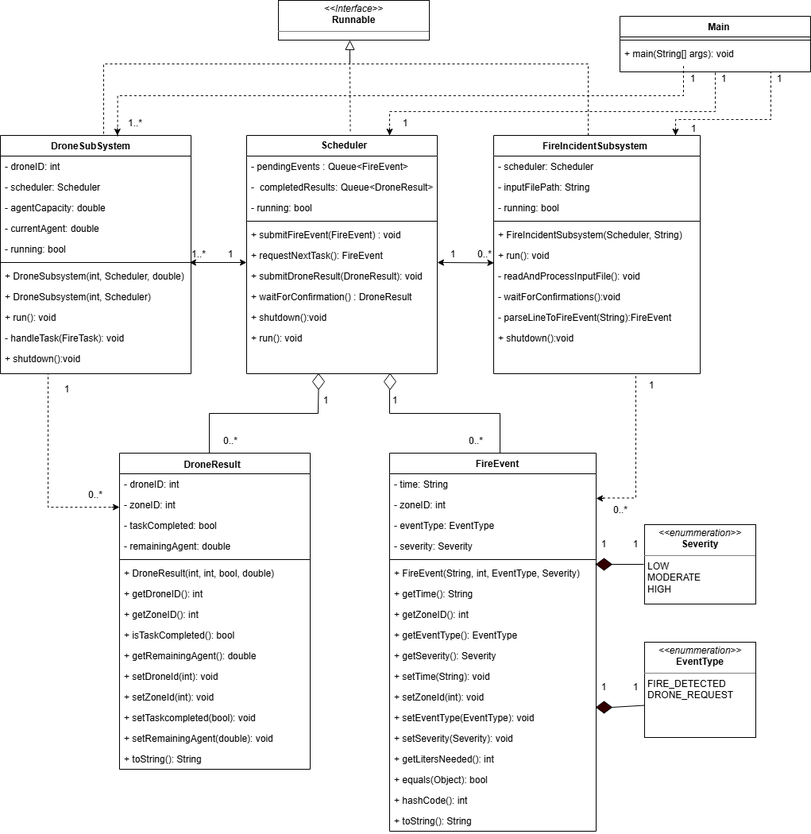
Above: FDS_UMLClass.png in idaraabasiudoh/Firefighting-Drone-Swarm-SYSC3303 (draw.io), before the change. Source tidied: cells renumbered, new cells last; positions are measured from the earlier drawing's top-left corner, leaving out a move shared by most shapes.
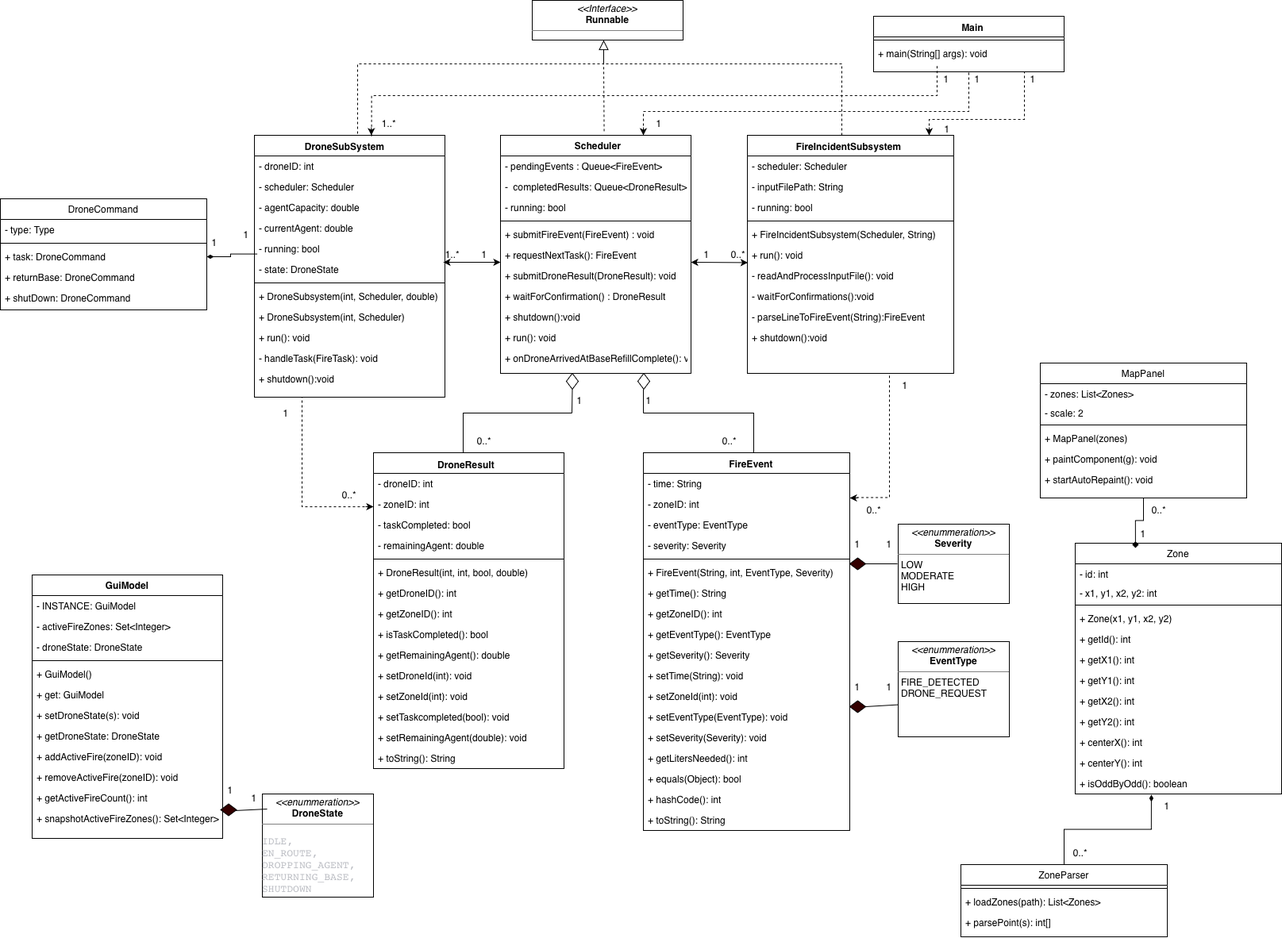
The same file after the commit.

Commit message:
Update UML diagrams for Iteration 2

What changed in the source:
```diff
@@ -51,7 +51,7 @@
       <mxGeometry y="372" width="240" height="26" as="geometry" />
     </mxCell>
     <mxCell id="18" style="swimlane;fontStyle=2;align=center;verticalAlign=top;horizontal=1;startSize=26;rounded=0;shadow=0;strokeWidth=1;" parent="1" vertex="1">
-      <mxGeometry y="170" width="240" height="300" as="geometry" />
+      <mxGeometry y="170" width="240" height="330" as="geometry" />
     </mxCell>
     <mxCell id="19" value="- droneID: int" style="text;align=left;verticalAlign=top;spacingLeft=4;spacingRight=4;overflow=hidden;" parent="18" vertex="1">
       <mxGeometry y="26" width="240" height="26" as="geometry" />
@@ -68,23 +68,26 @@
     <mxCell id="23" value="- running: bool" style="text;align=left;verticalAlign=top;spacingLeft=4;spacingRight=4;overflow=hidden;points=[[0,0.5],[1,0.5]];portConstraint=eastwest;rounded=0;shadow=0;html=0;" parent="18" vertex="1">
       <mxGeometry y="130" width="240" height="26" as="geometry" />
     </mxCell>
+    <mxCell id="136" value="- state: DroneState" style="text;align=left;verticalAlign=top;spacingLeft=4;spacingRight=4;overflow=hidden;rounded=0;shadow=0;html=0;" parent="18" vertex="1">
+      <mxGeometry y="156" width="240" height="26" as="geometry" />
+    </mxCell>
     <mxCell id="24" style="line;html=1;strokeWidth=1;align=left;verticalAlign=middle;spacingTop=-1;spacingLeft=3;spacingRight=3;labelPosition=right;" parent="18" vertex="1">
-      <mxGeometry y="156" width="240" height="8" as="geometry" />
+      <mxGeometry y="182" width="240" height="8" as="geometry" />
     </mxCell>
     <mxCell id="25" value="+ DroneSubsystem(int, Scheduler, double)" style="text;align=left;verticalAlign=top;spacingLeft=4;spacingRight=4;overflow=hidden;" parent="18" vertex="1">
-      <mxGeometry y="164" width="240" height="26" as="geometry" />
+      <mxGeometry y="190" width="240" height="26" as="geometry" />
     </mxCell>
     <mxCell id="26" value="+ DroneSubsystem(int, Scheduler) " style="text;align=left;verticalAlign=top;spacingLeft=4;spacingRight=4;overflow=hidden;" parent="18" vertex="1">
-      <mxGeometry y="190" width="240" height="26" as="geometry" />
+      <mxGeometry y="216" width="240" height="26" as="geometry" />
     </mxCell>
     <mxCell id="27" value="+ run(): void" style="text;align=left;verticalAlign=top;spacingLeft=4;spacingRight=4;overflow=hidden;" parent="18" vertex="1">
-      <mxGeometry y="216" width="240" height="26" as="geometry" />
+      <mxGeometry y="242" width="240" height="26" as="geometry" />
     </mxCell>
     <mxCell id="28" value="- handleTask(FireTask): void" style="text;align=left;verticalAlign=top;spacingLeft=4;spacingRight=4;overflow=hidden;" parent="18" vertex="1">
-      <mxGeometry y="242" width="240" height="26" as="geometry" />
+      <mxGeometry y="268" width="240" height="26" as="geometry" />
     </mxCell>
     <mxCell id="29" value="+ shutdown():void" style="text;align=left;verticalAlign=top;spacingLeft=4;spacingRight=4;overflow=hidden;" parent="18" vertex="1">
-      <mxGeometry y="268" width="240" height="26" as="geometry" />
+      <mxGeometry y="294" width="240" height="32" as="geometry" />
     </mxCell>
     <mxCell id="30" style="swimlane;fontStyle=2;align=center;verticalAlign=top;horizontal=1;startSize=26;rounded=0;shadow=0;strokeWidth=1;" parent="1" vertex="1">
       <mxGeometry x="490" y="570" width="260" height="476" as="geometry" />
@@ -230,6 +233,9 @@
         <mxPoint x="180" as="targetPoint" />
       </mxGeometry>
     </mxCell>
+    <mxCell id="137" value="+ onDroneArrivedAtBaseRefillComplete(): void" style="text;align=left;verticalAlign=top;spacingLeft=4;spacingRight=4;overflow=hidden;" parent="65" vertex="1">
+      <mxGeometry y="268" width="240" height="26" as="geometry" />
+    </mxCell>
     <mxCell id="77" value="&lt;p style=&quot;margin:0px;margin-top:4px;text-align:center;&quot;&gt;&lt;i&gt;&amp;lt;&amp;lt;Interface&amp;gt;&amp;gt;&lt;/i&gt;&lt;br&gt;&lt;b&gt;Runnable&lt;/b&gt;&lt;/p&gt;&lt;hr size=&quot;1&quot; style=&quot;border-style:solid;&quot;&gt;&lt;p style=&quot;margin:0px;margin-left:4px;&quot;&gt;&lt;br&gt;&lt;/p&gt;" style="verticalAlign=top;align=left;overflow=fill;html=1;whiteSpace=wrap;" parent="1" vertex="1">
       <mxGeometry x="350" width="190" height="50" as="geometry" />
     </mxCell>
@@ -374,7 +380,7 @@
       </mxGeometry>
     </mxCell>
     <mxCell id="107" value="1" style="text;html=1;whiteSpace=wrap;strokeColor=none;fillColor=none;align=center;verticalAlign=middle;rounded=0;" parent="1" vertex="1">
-      <mxGeometry x="54" y="475" width="60" height="30" as="geometry" />
+      <mxGeometry x="10" y="505" width="60" height="30" as="geometry" />
     </mxCell>
     <mxCell id="108" value="1" style="text;html=1;whiteSpace=wrap;strokeColor=none;fillColor=none;align=center;verticalAlign=middle;rounded=0;" parent="1" vertex="1">
       <mxGeometry x="790" y="470" width="60" height="30" as="geometry" />
@@ -484,5 +490,179 @@
     <mxCell id="135" value="&lt;span style=&quot;text-wrap-mode: nowrap;&quot;&gt;&lt;b&gt;FireEvent&lt;/b&gt;&lt;/span&gt;" style="text;html=1;whiteSpace=wrap;strokeColor=none;fillColor=none;align=center;verticalAlign=middle;rounded=0;" parent="1" vertex="1">
       <mxGeometry x="596" y="569" width="60" height="30" as="geometry" />
     </mxCell>
+    <mxCell id="138" value="DroneCommand" style="swimlane;fontStyle=0;align=center;verticalAlign=top;horizontal=1;startSize=26;rounded=0;shadow=0;strokeWidth=1;" parent="1" vertex="1">
+      <mxGeometry x="-320" y="250" width="260" height="140" as="geometry" />
+    </mxCell>
+    <mxCell id="139" value="- type: Type" style="text;align=left;verticalAlign=top;spacingLeft=4;spacingRight=4;overflow=hidden;" parent="138" vertex="1">
+      <mxGeometry y="26" width="260" height="26" as="geometry" />
+    </mxCell>
+    <mxCell id="140" style="line;html=1;strokeWidth=1;align=left;verticalAlign=middle;spacingTop=-1;spacingLeft=3;spacingRight=3;labelPosition=right;" parent="138" vertex="1">
+      <mxGeometry y="52" width="260" height="8" as="geometry" />
+    </mxCell>
+    <mxCell id="141" value="+ task: DroneCommand" style="text;align=left;verticalAlign=top;spacingLeft=4;spacingRight=4;overflow=hidden;points=[[0,0.5],[1,0.5]];portConstraint=eastwest;" parent="138" vertex="1">
+      <mxGeometry y="60" width="260" height="26" as="geometry" />
+    </mxCell>
+    <mxCell id="142" value="+ returnBase: DroneCommand" style="text;align=left;verticalAlign=top;spacingLeft=4;spacingRight=4;overflow=hidden;" parent="138" vertex="1">
+      <mxGeometry y="86" width="260" height="26" as="geometry" />
+    </mxCell>
+    <mxCell id="143" value="+ shutDown: DroneCommand" style="text;align=left;verticalAlign=top;spacingLeft=4;spacingRight=4;overflow=hidden;" parent="138" vertex="1">
+      <mxGeometry y="112" width="260" height="26" as="geometry" />
+    </mxCell>
+    <mxCell id="144" value="&lt;p style=&quot;margin:0px;margin-top:4px;text-align:center;&quot;&gt;&lt;i&gt;&amp;lt;&amp;lt;enummeration&amp;gt;&amp;gt;&lt;/i&gt;&lt;br&gt;&lt;b&gt;DroneState&lt;/b&gt;&lt;/p&gt;&lt;hr size=&quot;1&quot; style=&quot;border-style:solid;&quot;&gt;&lt;div&gt;&lt;pre style=&quot;font-family: &amp;quot;JetBrains Mono&amp;quot;, monospace; font-size: 9.8pt;&quot;&gt;&lt;span style=&quot;color: light-dark(rgb(188, 190, 196), rgb(255, 255, 255));&quot;&gt;&lt;span&gt;IDLE&lt;/span&gt;,&lt;br&gt;&lt;span&gt;EN_ROUTE&lt;/span&gt;,&lt;br&gt;&lt;span&gt;DROPPING_AGENT&lt;/span&gt;,&lt;br&gt;&lt;span&gt;RETURNING_BASE&lt;/span&gt;,&lt;br&gt;&lt;span&gt;SHUTDOWN&lt;/span&gt;&lt;/span&gt;&lt;/pre&gt;&lt;/div&gt;" style="verticalAlign=top;align=left;overflow=fill;html=1;whiteSpace=wrap;" parent="1" vertex="1">
+      <mxGeometry x="10" y="1000" width="140" height="130" as="geometry" />
+    </mxCell>
+    <mxCell id="145" value="GuiModel" style="swimlane;fontStyle=1;align=center;verticalAlign=top;horizontal=1;startSize=26;rounded=0;shadow=0;strokeWidth=1;" parent="1" vertex="1">
+      <mxGeometry x="-280" y="724" width="240" height="332" as="geometry" />
+    </mxCell>
+    <mxCell id="146" value="- INSTANCE: GuiModel" style="text;align=left;verticalAlign=top;spacingLeft=4;spacingRight=4;overflow=hidden;" parent="145" vertex="1">
+      <mxGeometry y="26" width="240" height="26" as="geometry" />
+    </mxCell>
+    <mxCell id="147" value="- activeFireZones: Set&lt;Integer&gt;" style="text;align=left;verticalAlign=top;spacingLeft=4;spacingRight=4;overflow=hidden;rounded=0;shadow=0;html=0;" parent="145" vertex="1">
+      <mxGeometry y="52" width="240" height="26" as="geometry" />
+    </mxCell>
+    <mxCell id="148" value="- droneState: DroneState" style="text;align=left;verticalAlign=top;spacingLeft=4;spacingRight=4;overflow=hidden;rounded=0;shadow=0;html=0;" parent="145" vertex="1">
+      <mxGeometry y="78" width="240" height="26" as="geometry" />
+    </mxCell>
+    <mxCell id="149" style="line;html=1;strokeWidth=1;align=left;verticalAlign=middle;spacingTop=-1;spacingLeft=3;spacingRight=3;labelPosition=right;" parent="145" vertex="1">
+      <mxGeometry y="104" width="240" height="8" as="geometry" />
+    </mxCell>
+    <mxCell id="150" value="+ GuiModel()" style="text;align=left;verticalAlign=top;spacingLeft=4;spacingRight=4;overflow=hidden;" parent="145" vertex="1">
+      <mxGeometry y="112" width="240" height="26" as="geometry" />
+    </mxCell>
+    <mxCell id="151" value="+ get: GuiModel" style="text;align=left;verticalAlign=top;spacingLeft=4;spacingRight=4;overflow=hidden;" parent="145" vertex="1">
+      <mxGeometry y="138" width="240" height="26" as="geometry" />
+    </mxCell>
+    <mxCell id="152" value="+ setDroneState(s): void" style="text;align=left;verticalAlign=top;spacingLeft=4;spacingRight=4;overflow=hidden;" parent="145" vertex="1">
+      <mxGeometry y="164" width="240" height="26" as="geometry" />
+    </mxCell>
+    <mxCell id="153" value="+ getDroneState: DroneState" style="text;align=left;verticalAlign=top;spacingLeft=4;spacingRight=4;overflow=hidden;" parent="145" vertex="1">
+      <mxGeometry y="190" width="240" height="26" as="geometry" />
+    </mxCell>
+    <mxCell id="154" value="+ addActiveFire(zoneID): void" style="text;align=left;verticalAlign=top;spacingLeft=4;spacingRight=4;overflow=hidden;" parent="145" vertex="1">
+      <mxGeometry y="216" width="240" height="26" as="geometry" />
+    </mxCell>
+    <mxCell id="155" value="+ removeActiveFire(zoneID): void" style="text;align=left;verticalAlign=top;spacingLeft=4;spacingRight=4;overflow=hidden;" parent="145" vertex="1">
+      <mxGeometry y="242" width="240" height="26" as="geometry" />
+    </mxCell>
+    <mxCell id="156" value="+ getActiveFireCount(): int" style="text;align=left;verticalAlign=top;spacingLeft=4;spacingRight=4;overflow=hidden;" parent="145" vertex="1">
+      <mxGeometry y="268" width="240" height="26" as="geometry" />
+    </mxCell>
+    <mxCell id="157" value="+ snapshotActiveFireZones(): Set&lt;Integer&gt;" style="text;align=left;verticalAlign=top;spacingLeft=4;spacingRight=4;overflow=hidden;" parent="145" vertex="1">
+      <mxGeometry y="294" width="240" height="26" as="geometry" />
+    </mxCell>
+    <mxCell id="158" value="MapPanel" style="swimlane;fontStyle=0;align=center;verticalAlign=top;horizontal=1;startSize=26;rounded=0;shadow=0;strokeWidth=1;" parent="1" vertex="1">
+      <mxGeometry x="990" y="457" width="260" height="170" as="geometry" />
+    </mxCell>
+    <mxCell id="159" value="- zones: List&lt;Zones&gt;" style="text;align=left;verticalAlign=top;spacingLeft=4;spacingRight=4;overflow=hidden;" parent="158" vertex="1">
+      <mxGeometry y="26" width="260" height="24" as="geometry" />
+    </mxCell>
+    <mxCell id="160" value="- scale: 2" style="text;align=left;verticalAlign=top;spacingLeft=4;spacingRight=4;overflow=hidden;" parent="158" vertex="1">
+      <mxGeometry y="50" width="260" height="24" as="geometry" />
+    </mxCell>
+    <mxCell id="161" style="line;html=1;strokeWidth=1;align=left;verticalAlign=middle;spacingTop=-1;spacingLeft=3;spacingRight=3;labelPosition=right;" parent="158" vertex="1">
+      <mxGeometry y="74" width="260" height="8" as="geometry" />
+    </mxCell>
+    <mxCell id="162" value="+ MapPanel(zones)" style="text;align=left;verticalAlign=top;spacingLeft=4;spacingRight=4;overflow=hidden;" parent="158" vertex="1">
+      <mxGeometry y="82" width="260" height="26" as="geometry" />
+    </mxCell>
+    <mxCell id="163" value="+ paintComponent(g): void" style="text;align=left;verticalAlign=top;spacingLeft=4;spacingRight=4;overflow=hidden;" parent="158" vertex="1">
+      <mxGeometry y="108" width="260" height="26" as="geometry" />
+    </mxCell>
+    <mxCell id="164" value="+ startAutoRepaint(): void" style="text;align=left;verticalAlign=top;spacingLeft=4;spacingRight=4;overflow=hidden;" parent="158" vertex="1">
+      <mxGeometry y="134" width="260" height="26" as="geometry" />
+    </mxCell>
+    <mxCell id="165" value="Zone" style="swimlane;fontStyle=0;align=center;verticalAlign=top;horizontal=1;startSize=26;rounded=0;shadow=0;strokeWidth=1;" parent="1" vertex="1">
+      <mxGeometry x="1034" y="684" width="260" height="316" as="geometry" />
+    </mxCell>
+    <mxCell id="166" value="- id: int" style="text;align=left;verticalAlign=top;spacingLeft=4;spacingRight=4;overflow=hidden;" parent="165" vertex="1">
+      <mxGeometry y="26" width="260" height="24" as="geometry" />
+    </mxCell>
+    <mxCell id="167" value="- x1, y1, x2, y2: int" style="text;align=left;verticalAlign=top;spacingLeft=4;spacingRight=4;overflow=hidden;" parent="165" vertex="1">
+      <mxGeometry y="50" width="260" height="24" as="geometry" />
+    </mxCell>
+    <mxCell id="168" style="line;html=1;strokeWidth=1;align=left;verticalAlign=middle;spacingTop=-1;spacingLeft=3;spacingRight=3;labelPosition=right;" parent="165" vertex="1">
+      <mxGeometry y="74" width="260" height="8" as="geometry" />
+    </mxCell>
+    <mxCell id="169" value="+ Zone(x1, y1, x2, y2)" style="text;align=left;verticalAlign=top;spacingLeft=4;spacingRight=4;overflow=hidden;" parent="165" vertex="1">
+      <mxGeometry y="82" width="260" height="26" as="geometry" />
+    </mxCell>
+    <mxCell id="170" value="+ getId(): int" style="text;align=left;verticalAlign=top;spacingLeft=4;spacingRight=4;overflow=hidden;" parent="165" vertex="1">
+      <mxGeometry y="108" width="260" height="26" as="geometry" />
+    </mxCell>
+    <mxCell id="171" value="+ getX1(): int" style="text;align=left;verticalAlign=top;spacingLeft=4;spacingRight=4;overflow=hidden;" parent="165" vertex="1">
+      <mxGeometry y="134" width="260" height="26" as="geometry" />
+    </mxCell>
+    <mxCell id="172" value="+ getY1(): int" style="text;align=left;verticalAlign=top;spacingLeft=4;spacingRight=4;overflow=hidden;" parent="165" vertex="1">
+      <mxGeometry y="160" width="260" height="26" as="geometry" />
+    </mxCell>
+    <mxCell id="173" value="+ getX2(): int" style="text;align=left;verticalAlign=top;spacingLeft=4;spacingRight=4;overflow=hidden;" parent="165" vertex="1">
+      <mxGeometry y="186" width="260" height="26" as="geometry" />
+    </mxCell>
+    <mxCell id="174" value="+ getY2(): int" style="text;align=left;verticalAlign=top;spacingLeft=4;spacingRight=4;overflow=hidden;" parent="165" vertex="1">
+      <mxGeometry y="212" width="260" height="26" as="geometry" />
+    </mxCell>
+    <mxCell id="175" value="+ centerX(): int" style="text;align=left;verticalAlign=top;spacingLeft=4;spacingRight=4;overflow=hidden;" parent="165" vertex="1">
+      <mxGeometry y="238" width="260" height="26" as="geometry" />
+    </mxCell>
+    <mxCell id="176" value="+ centerY(): int" style="text;align=left;verticalAlign=top;spacingLeft=4;spacingRight=4;overflow=hidden;" parent="165" vertex="1">
+      <mxGeometry y="264" width="260" height="26" as="geometry" />
+    </mxCell>
+    <mxCell id="177" value="+ isOddByOdd(): boolean" style="text;align=left;verticalAlign=top;spacingLeft=4;spacingRight=4;overflow=hidden;points=[[0,0.5],[1,0.5]];portConstraint=eastwest;" parent="165" vertex="1">
+      <mxGeometry y="290" width="260" height="26" as="geometry" />
+    </mxCell>
+    <mxCell id="178" value="ZoneParser" style="swimlane;fontStyle=0;align=center;verticalAlign=top;horizontal=1;startSize=26;rounded=0;shadow=0;strokeWidth=1;" parent="1" vertex="1">
+      <mxGeometry x="890" y="1089" width="260" height="91" as="geometry" />
+    </mxCell>
+    <mxCell id="179" style="line;html=1;strokeWidth=1;align=left;verticalAlign=middle;spacingTop=-1;spacingLeft=3;spacingRight=3;labelPosition=right;" parent="178" vertex="1">
+      <mxGeometry y="26" width="260" height="8" as="geometry" />
+    </mxCell>
+    <mxCell id="180" value="+ loadZones(path): List&lt;Zones&gt;" style="text;align=left;verticalAlign=top;spacingLeft=4;spacingRight=4;overflow=hidden;" parent="178" vertex="1">
+      <mxGeometry y="34" width="260" height="26" as="geometry" />
+    </mxCell>
+    <mxCell id="181" value="+ parsePoint(s): int[]" style="text;align=left;verticalAlign=top;spacingLeft=4;spacingRight=4;overflow=hidden;" parent="178" vertex="1">
+      <mxGeometry y="60" width="260" height="26" as="geometry" />
+    </mxCell>
+    <mxCell id="182" style="endArrow=none;html=1;rounded=0;entryX=-0.001;entryY=0.663;entryDx=0;entryDy=0;entryPerimeter=0;" parent="1" edge="1">
+      <mxGeometry relative="1" as="geometry">
+        <mxPoint x="-25" y="1021" as="sourcePoint" />
+        <mxPoint x="16" y="1019" as="targetPoint" />
+      </mxGeometry>
+    </mxCell>
+    <mxCell id="183" style="rhombus;whiteSpace=wrap;html=1;direction=west;rotation=-90;fillColor=#330000;" parent="1" vertex="1">
+      <mxGeometry x="-40" y="1010" width="15" height="20" as="geometry" />
+    </mxCell>
+    <mxCell id="184" value="1" style="text;html=1;whiteSpace=wrap;strokeColor=none;fillColor=none;align=center;verticalAlign=middle;rounded=0;" parent="1" vertex="1">
+      <mxGeometry x="-60" y="980" width="60" height="30" as="geometry" />
+    </mxCell>
+    <mxCell id="185" value="1" style="text;html=1;whiteSpace=wrap;strokeColor=none;fillColor=none;align=center;verticalAlign=middle;rounded=0;" parent="1" vertex="1">
+      <mxGeometry x="-30" y="990" width="60" height="30" as="geometry" />
+    </mxCell>
+    <mxCell id="186" style="edgeStyle=orthogonalEdgeStyle;rounded=0;jettySize=auto;html=1;exitX=1;exitY=0.5;exitDx=0;exitDy=0;entryX=0.015;entryY=0.753;entryDx=0;entryDy=0;entryPerimeter=0;startArrow=diamondThin;startFill=1;endArrow=none;endFill=0;strokeColor=default;" parent="1" edge="1" source="141" target="23">
+      <mxGeometry relative="1" as="geometry" />
+    </mxCell>
+    <mxCell id="187" value="1" style="text;html=1;whiteSpace=wrap;strokeColor=none;fillColor=none;align=center;verticalAlign=middle;rounded=0;" parent="1" vertex="1">
+      <mxGeometry x="-80" y="290" width="60" height="30" as="geometry" />
+    </mxCell>
+    <mxCell id="188" value="1" style="text;html=1;whiteSpace=wrap;strokeColor=none;fillColor=none;align=center;verticalAlign=middle;rounded=0;" parent="1" vertex="1">
+      <mxGeometry x="-40" y="280" width="60" height="30" as="geometry" />
+    </mxCell>
+    <mxCell id="189" style="edgeStyle=orthogonalEdgeStyle;rounded=0;jettySize=auto;html=1;entryX=0.292;entryY=0.019;entryDx=0;entryDy=0;entryPerimeter=0;endArrow=diamond;endFill=1;" parent="1" edge="1" source="158" target="165">
+      <mxGeometry relative="1" as="geometry" />
+    </mxCell>
+    <mxCell id="190" style="edgeStyle=orthogonalEdgeStyle;rounded=0;jettySize=auto;html=1;entryX=0.369;entryY=1.038;entryDx=0;entryDy=0;entryPerimeter=0;endArrow=diamondThin;endFill=1;" parent="1" edge="1" source="178" target="177">
+      <mxGeometry relative="1" as="geometry" />
+    </mxCell>
+    <mxCell id="191" value="1" style="text;html=1;whiteSpace=wrap;strokeColor=none;fillColor=none;align=center;verticalAlign=middle;rounded=0;" parent="1" vertex="1">
+      <mxGeometry x="1090" y="657" width="60" height="30" as="geometry" />
+    </mxCell>
+    <mxCell id="192" value="1" style="text;html=1;whiteSpace=wrap;strokeColor=none;fillColor=none;align=center;verticalAlign=middle;rounded=0;" parent="1" vertex="1">
+      <mxGeometry x="1120" y="1000" width="60" height="30" as="geometry" />
+    </mxCell>
+    <mxCell id="193" value="0..*" style="text;html=1;whiteSpace=wrap;strokeColor=none;fillColor=none;align=center;verticalAlign=middle;rounded=0;" parent="1" vertex="1">
+      <mxGeometry x="1110" y="627" width="60" height="30" as="geometry" />
+    </mxCell>
+    <mxCell id="194" value="0..*" style="text;html=1;whiteSpace=wrap;strokeColor=none;fillColor=none;align=center;verticalAlign=middle;rounded=0;" parent="1" vertex="1">
+      <mxGeometry x="1011" y="1059" width="60" height="30" as="geometry" />
+    </mxCell>
   </root>
 </mxGraphModel>
```
